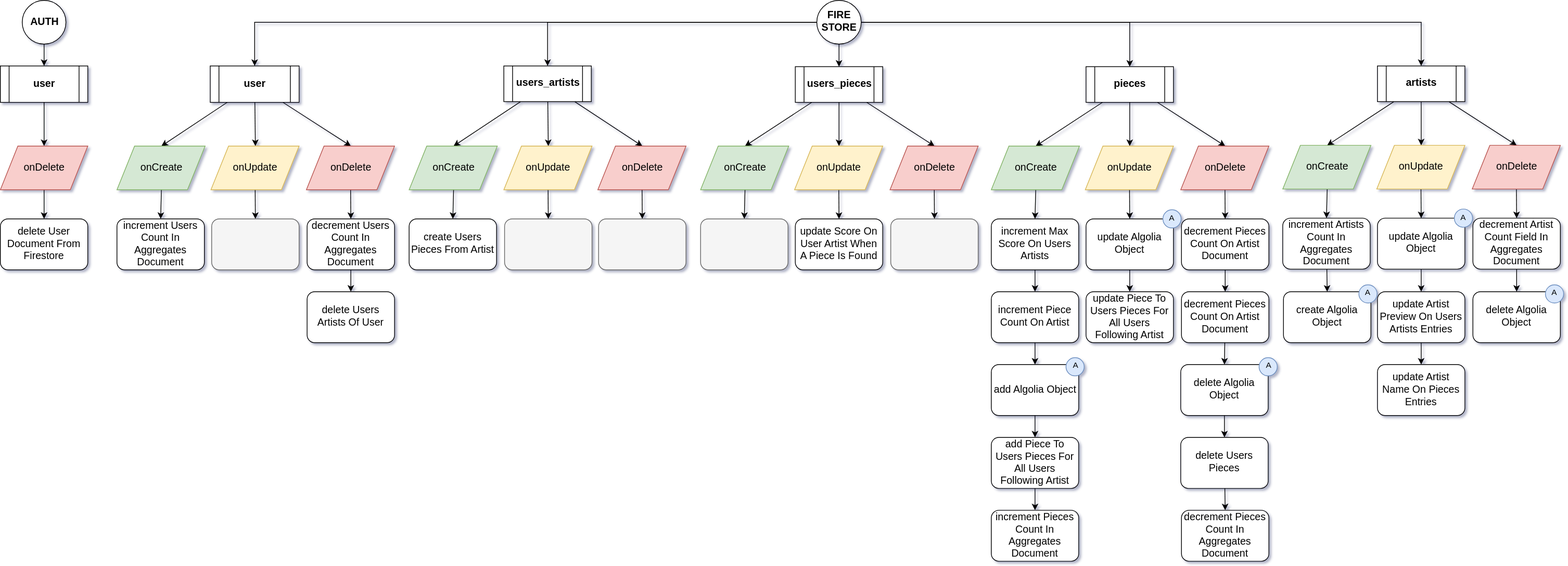
The draw.io diagram functions/resources/Functions flow diagram/Functions flow.svg in GaetanRoger/street-art-finder, before a commit. Source tidied: cells renumbered, new cells last; positions are measured from the earlier drawing's top-left corner, leaving out a move shared by most shapes.
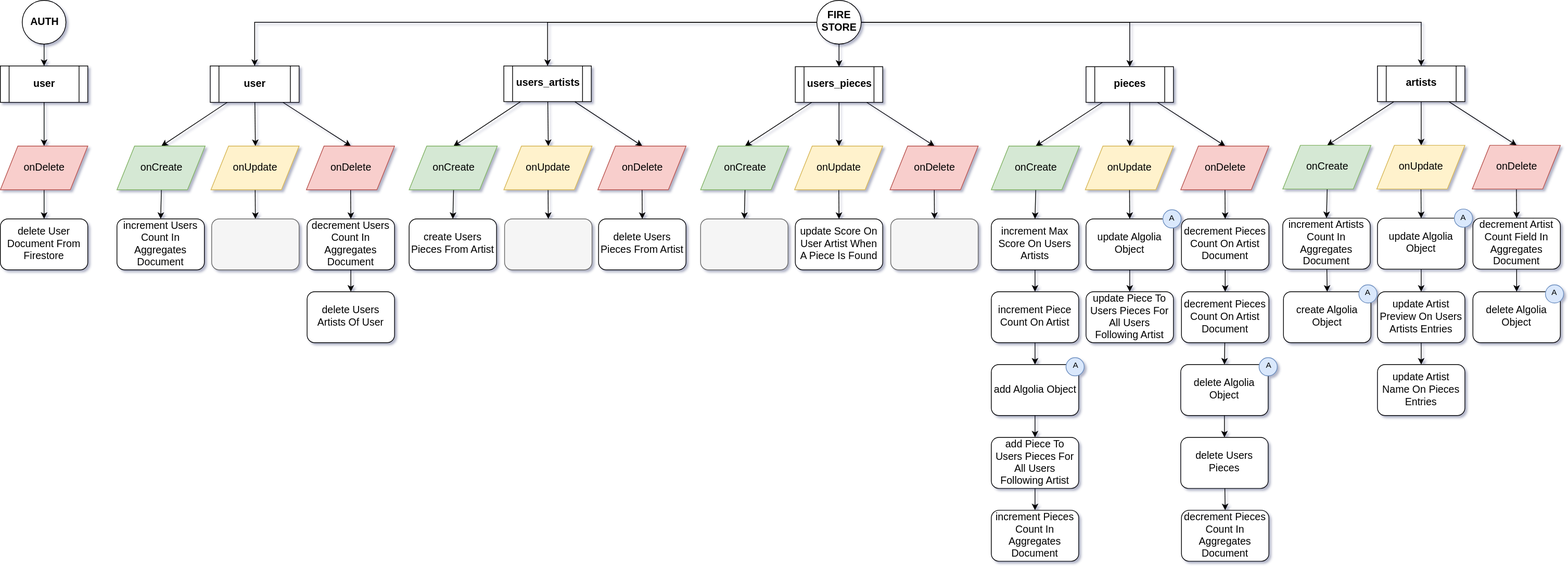
After the commit.

Diff of the diagram source:
```diff
@@ -104,7 +104,7 @@
     <mxCell id="35" value="create Users Pieces From Artist" style="rounded=1;whiteSpace=wrap;html=1;fontSize=14;fontColor=#000000;align=center;fillColor=#ffffff;strokeColor=#000000;" parent="1" vertex="1">
       <mxGeometry x="561" y="300" width="120" height="70" as="geometry" />
     </mxCell>
-    <mxCell id="36" style="rounded=1;whiteSpace=wrap;html=1;fontSize=14;fontColor=#000000;align=center;fillColor=#f5f5f5;strokeColor=#666666;" parent="1" vertex="1">
+    <mxCell id="36" value="delete Users Pieces From Artist" style="rounded=1;whiteSpace=wrap;html=1;fontSize=14;fontColor=#000000;align=center;fillColor=#ffffff;strokeColor=#000000;" parent="1" vertex="1">
       <mxGeometry x="821" y="300" width="120" height="70" as="geometry" />
     </mxCell>
     <mxCell id="37" style="edgeStyle=none;rounded=0;html=1;entryX=0.5;entryY=0;jettySize=auto;strokeColor=#000000;fontSize=14;fontColor=#000000;" parent="1" edge="1" source="40" target="42">
```
